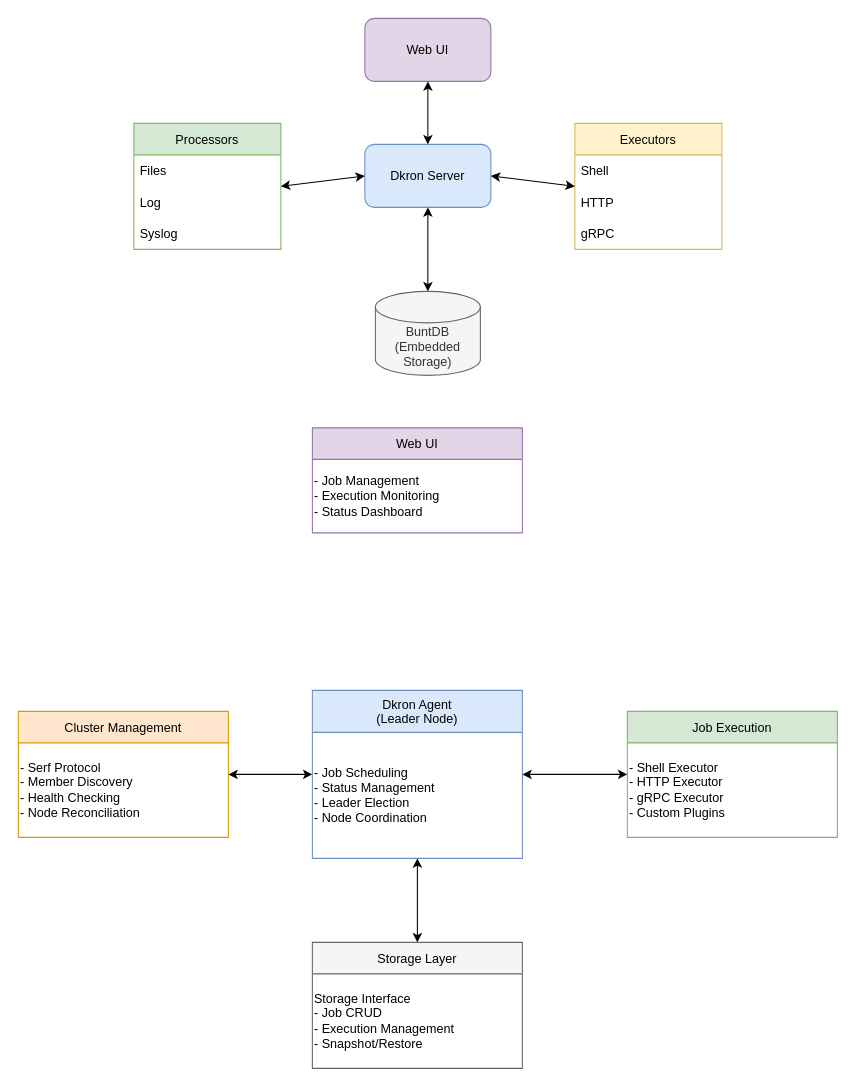
Earlier version of the draw.io diagram projects/dkron.drawio (hanzug/draw.io). Source tidied: cells renumbered, new cells numbered last; positions are measured from the earlier drawing's top-left corner, leaving out a move shared by most shapes. Both pictures are drawn from the tidied source at 105%, with x=0, y=0 at pixel (18, 18).
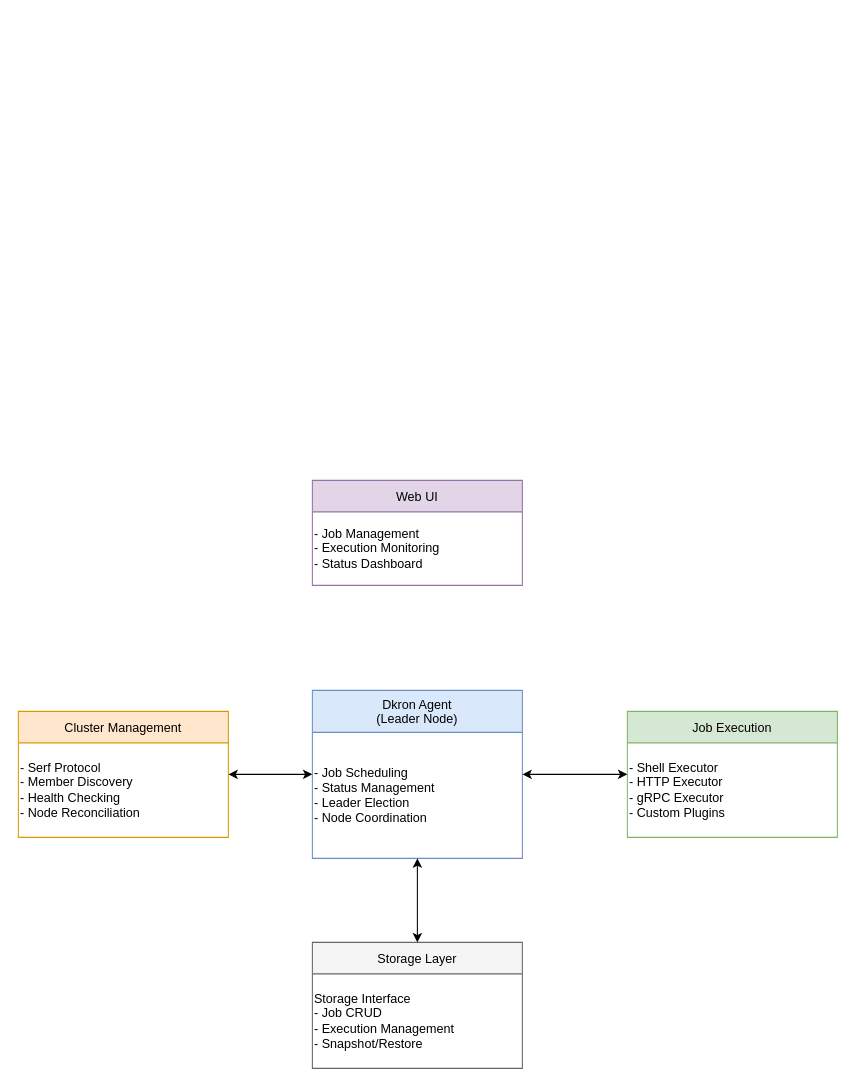
The same page after the edit.

Change to the diagram source:
```diff
@@
-    <mxCell id="2" value="Dkron Server" style="rounded=1;whiteSpace=wrap;html=1;fillColor=#dae8fc;strokeColor=#6c8ebf;" parent="1" vertex="1">
-      <mxGeometry x="330" y="120" width="120" height="60" as="geometry" />
-    </mxCell>
-    <mxCell id="3" value="BuntDB&#10;(Embedded Storage)" style="shape=cylinder3;whiteSpace=wrap;html=1;boundedLbl=1;backgroundOutline=1;size=15;fillColor=#f5f5f5;strokeColor=#666666;fontColor=#333333;" parent="1" vertex="1">
-      <mxGeometry x="340" y="260" width="100" height="80" as="geometry" />
-    </mxCell>
-    <mxCell id="4" value="Executors" style="swimlane;fontStyle=0;horizontal=1;startSize=30;fillColor=#fff2cc;strokeColor=#d6b656;" parent="1" vertex="1">
-      <mxGeometry x="530" y="100" width="140" height="120" as="geometry" />
-    </mxCell>
-    <mxCell id="5" value="Shell" style="text;strokeColor=none;fillColor=none;align=left;verticalAlign=middle;spacingLeft=4;spacingRight=4;overflow=hidden;" parent="4" vertex="1">
-      <mxGeometry y="30" width="140" height="30" as="geometry" />
-    </mxCell>
-    <mxCell id="6" value="HTTP" style="text;strokeColor=none;fillColor=none;align=left;verticalAlign=middle;spacingLeft=4;spacingRight=4;overflow=hidden;" parent="4" vertex="1">
-      <mxGeometry y="60" width="140" height="30" as="geometry" />
-    </mxCell>
-    <mxCell id="7" value="gRPC" style="text;strokeColor=none;fillColor=none;align=left;verticalAlign=middle;spacingLeft=4;spacingRight=4;overflow=hidden;" parent="4" vertex="1">
-      <mxGeometry y="90" width="140" height="30" as="geometry" />
-    </mxCell>
-    <mxCell id="8" value="Processors" style="swimlane;fontStyle=0;horizontal=1;startSize=30;fillColor=#d5e8d4;strokeColor=#82b366;" parent="1" vertex="1">
-      <mxGeometry x="110" y="100" width="140" height="120" as="geometry" />
-    </mxCell>
-    <mxCell id="9" value="Files" style="text;strokeColor=none;fillColor=none;align=left;verticalAlign=middle;spacingLeft=4;spacingRight=4;overflow=hidden;" parent="8" vertex="1">
-      <mxGeometry y="30" width="140" height="30" as="geometry" />
-    </mxCell>
-    <mxCell id="10" value="Log" style="text;strokeColor=none;fillColor=none;align=left;verticalAlign=middle;spacingLeft=4;spacingRight=4;overflow=hidden;" parent="8" vertex="1">
-      <mxGeometry y="60" width="140" height="30" as="geometry" />
-    </mxCell>
-    <mxCell id="11" value="Syslog" style="text;strokeColor=none;fillColor=none;align=left;verticalAlign=middle;spacingLeft=4;spacingRight=4;overflow=hidden;" parent="8" vertex="1">
-      <mxGeometry y="90" width="140" height="30" as="geometry" />
-    </mxCell>
-    <mxCell id="12" value="Web UI" style="rounded=1;whiteSpace=wrap;html=1;fillColor=#e1d5e7;strokeColor=#9673a6;" parent="1" vertex="1">
-      <mxGeometry x="330" width="120" height="60" as="geometry" />
-    </mxCell>
-    <mxCell id="13" style="endArrow=classic;startArrow=classic;html=1;rounded=0;exitX=0.5;exitY=0;exitDx=0;exitDy=0;entryX=0.5;entryY=1;entryDx=0;entryDy=0;" parent="1" edge="1" source="3" target="2">
-      <mxGeometry relative="1" as="geometry" />
-    </mxCell>
-    <mxCell id="14" style="endArrow=classic;startArrow=classic;html=1;rounded=0;exitX=1;exitY=0.5;exitDx=0;exitDy=0;entryX=0;entryY=0.5;entryDx=0;entryDy=0;" parent="1" edge="1" source="2" target="4">
-      <mxGeometry relative="1" as="geometry" />
-    </mxCell>
-    <mxCell id="15" style="endArrow=classic;startArrow=classic;html=1;rounded=0;exitX=1;exitY=0.5;exitDx=0;exitDy=0;entryX=0;entryY=0.5;entryDx=0;entryDy=0;" parent="1" edge="1" source="8" target="2">
-      <mxGeometry relative="1" as="geometry" />
-    </mxCell>
-    <mxCell id="16" style="endArrow=classic;startArrow=classic;html=1;rounded=0;exitX=0.5;exitY=0;exitDx=0;exitDy=0;entryX=0.5;entryY=1;entryDx=0;entryDy=0;" parent="1" edge="1" source="2" target="12">
-      <mxGeometry relative="1" as="geometry" />
-    </mxCell>
@@
     <mxCell id="25" value="Web UI" style="swimlane;fontStyle=0;horizontal=1;startSize=30;fillColor=#e1d5e7;strokeColor=#9673a6;" parent="1" vertex="1">
-      <mxGeometry x="280" y="390" width="200" height="100" as="geometry" />
+      <mxGeometry x="280" y="440" width="200" height="100" as="geometry" />
     </mxCell>
```
